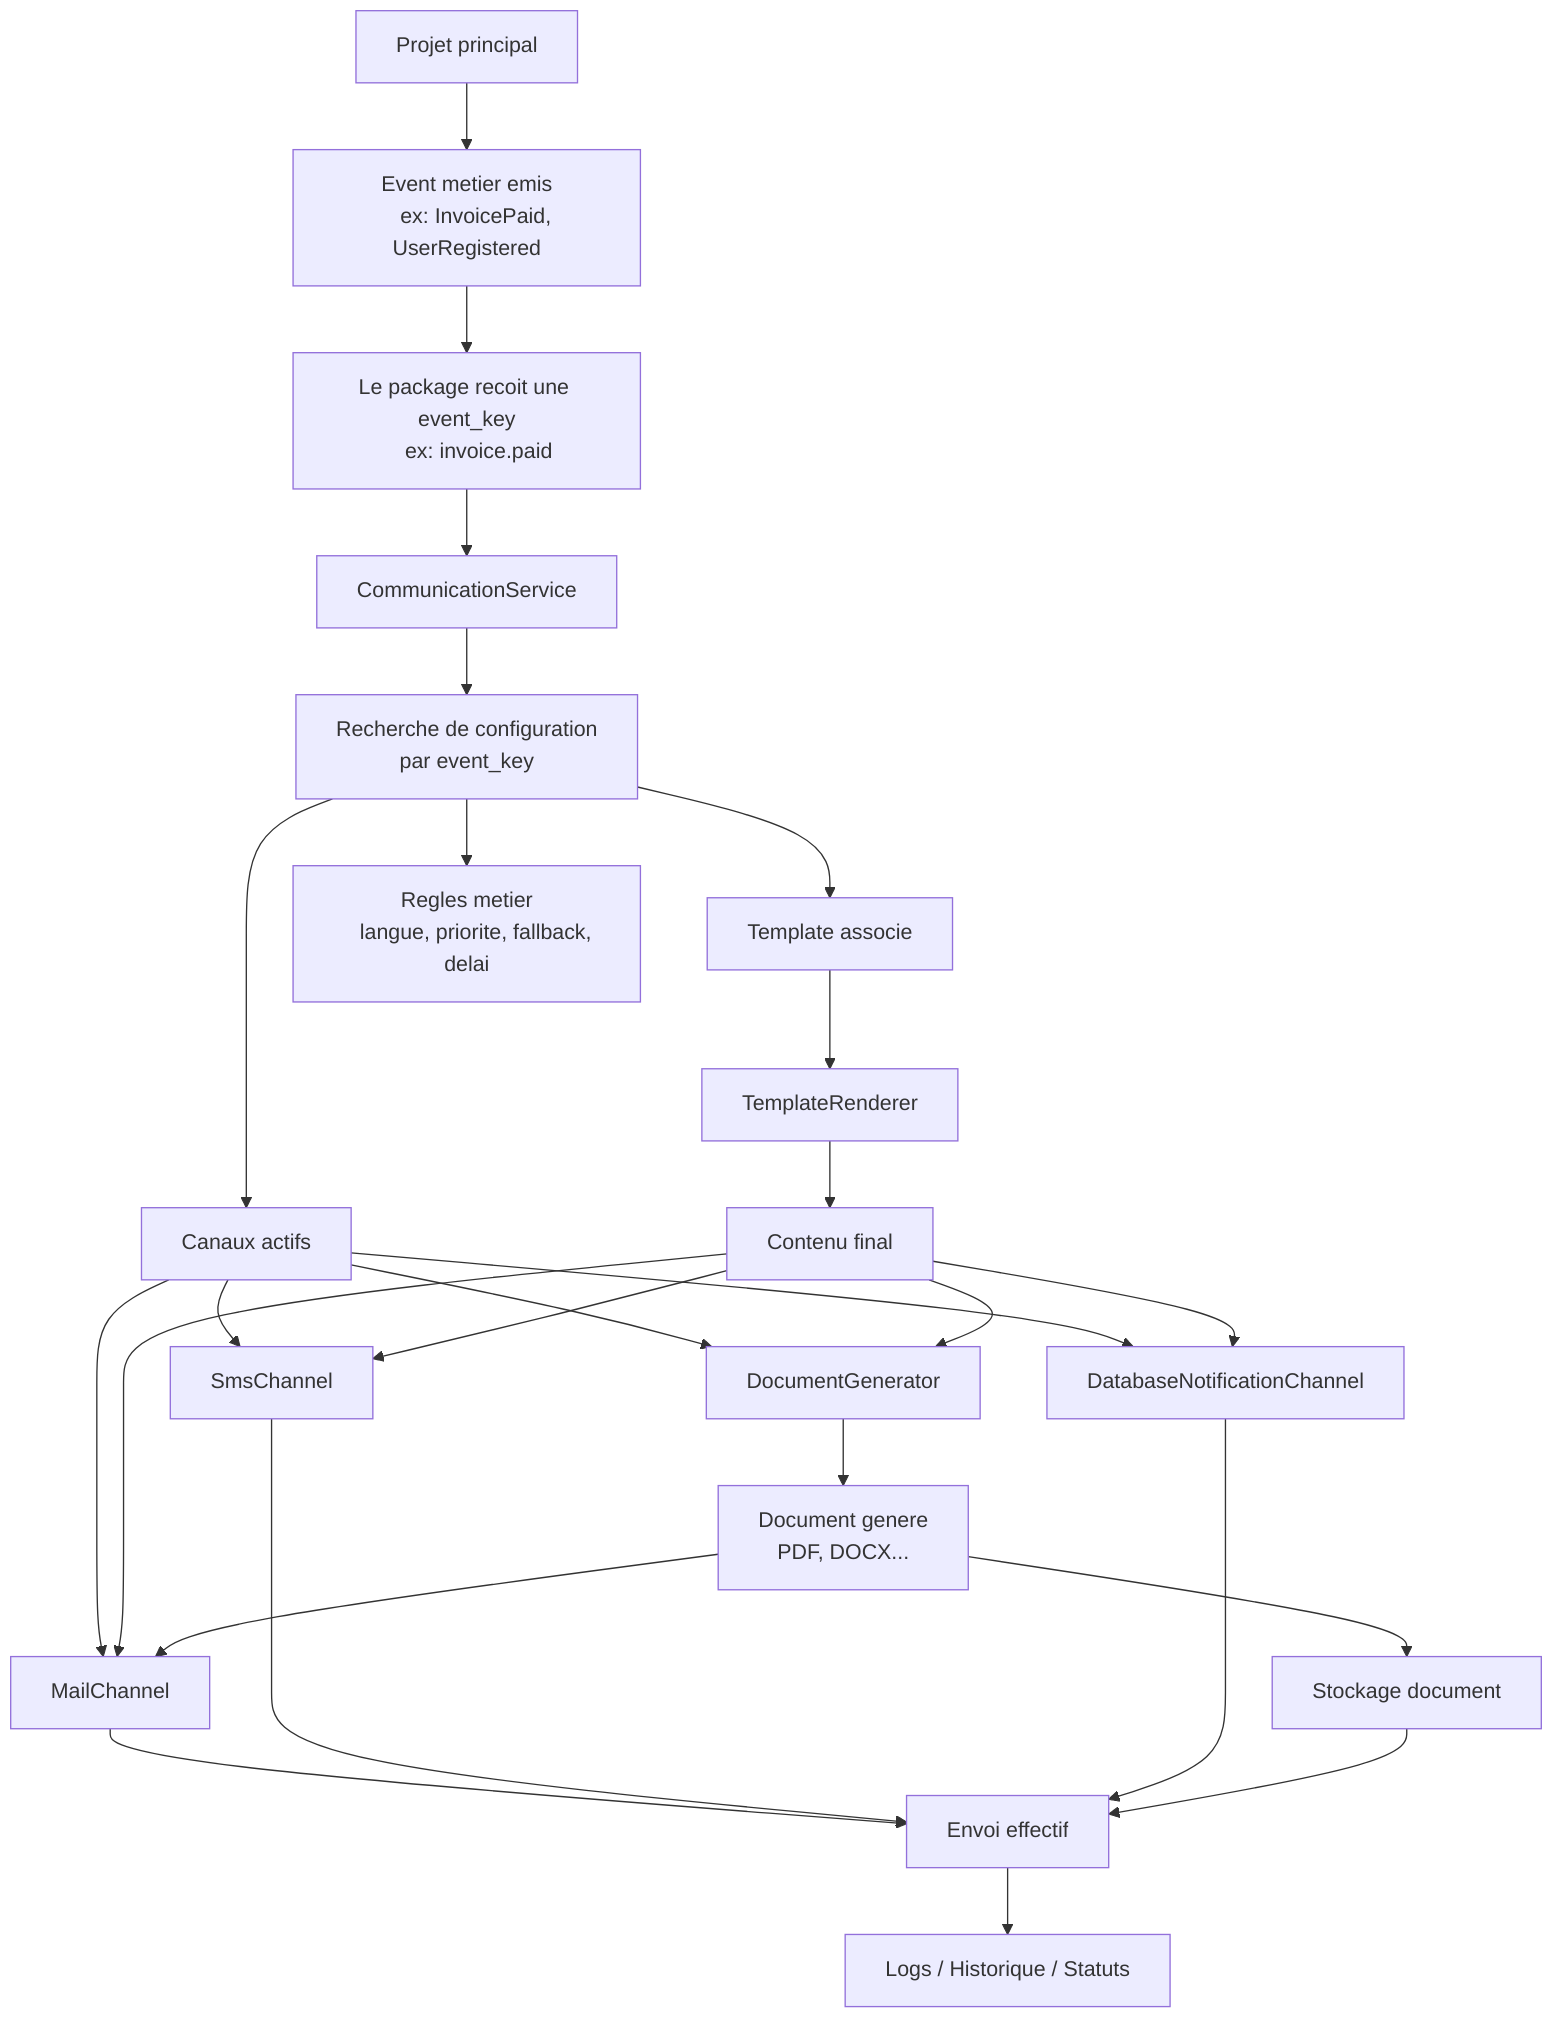
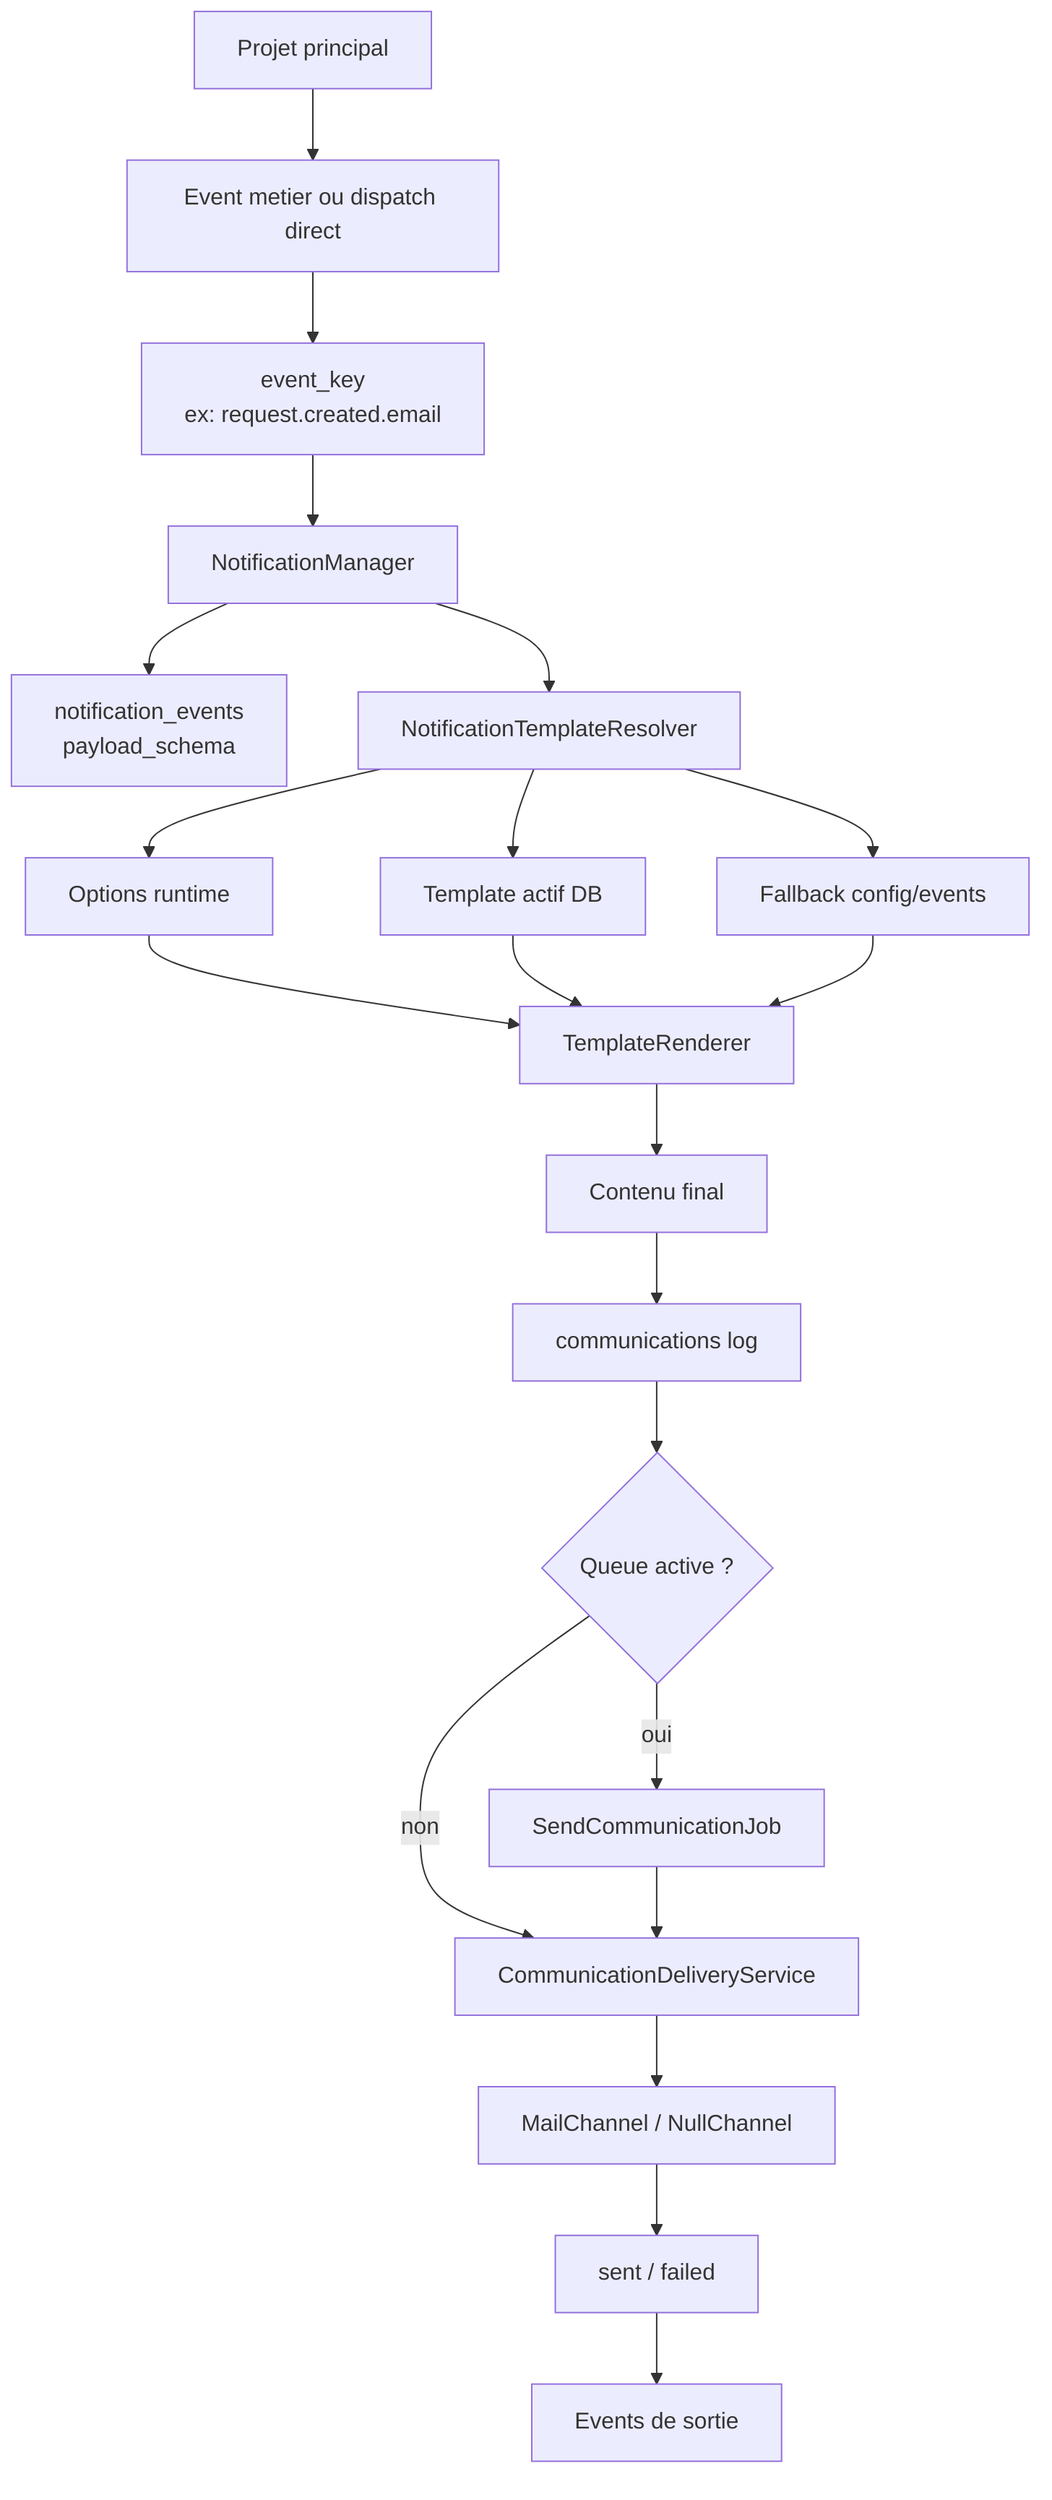
flowchart TD
-     A["Projet principal"] --> B["Event metier emis
-     ex: InvoicePaid, UserRegistered"]
+     A["Projet principal"] --> B["Event metier ou dispatch direct"]

-     B --> C["Le package recoit une event_key
-     ex: invoice.paid"]
+     B --> C["event_key
+     ex: request.created.email"]

-     C --> D["CommunicationService"]
+     C --> D["NotificationManager"]

-     D --> E["Recherche de configuration
-     par event_key"]
-     E --> F["Template associe"]
-     E --> G["Canaux actifs"]
-     E --> H["Regles metier
-     langue, priorite, fallback, delai"]
+     D --> E["notification_events
+     payload_schema"]
+     D --> F["NotificationTemplateResolver"]

-     F --> I["TemplateRenderer"]
-     I --> J["Contenu final"]
+     F --> G["Options runtime"]
+     F --> H["Template actif DB"]
+     F --> I["Fallback config/events"]

-     G --> K["MailChannel"]
-     G --> L["SmsChannel"]
-     G --> M["DatabaseNotificationChannel"]
-     G --> N["DocumentGenerator"]
+     G --> J["TemplateRenderer"]
+     H --> J
+     I --> J

-     J --> K
-     J --> L
-     J --> M
-     J --> N
+     J --> K["Contenu final"]
+     K --> L["communications log"]

-     N --> O["Document genere
-     PDF, DOCX..."]
+     L --> M{"Queue active ?"}
+     M -->|oui| N["SendCommunicationJob"]
+     M -->|non| O["CommunicationDeliveryService"]
+     N --> O

-     O --> K
-     O --> P["Stockage document"]
- 
-     K --> Q["Envoi effectif"]
-     L --> Q
-     M --> Q
-     P --> Q
- 
-     Q --> R["Logs / Historique / Statuts"]
+     O --> P["MailChannel / NullChannel"]
+     P --> Q["sent / failed"]
+     Q --> R["Events de sortie"]
